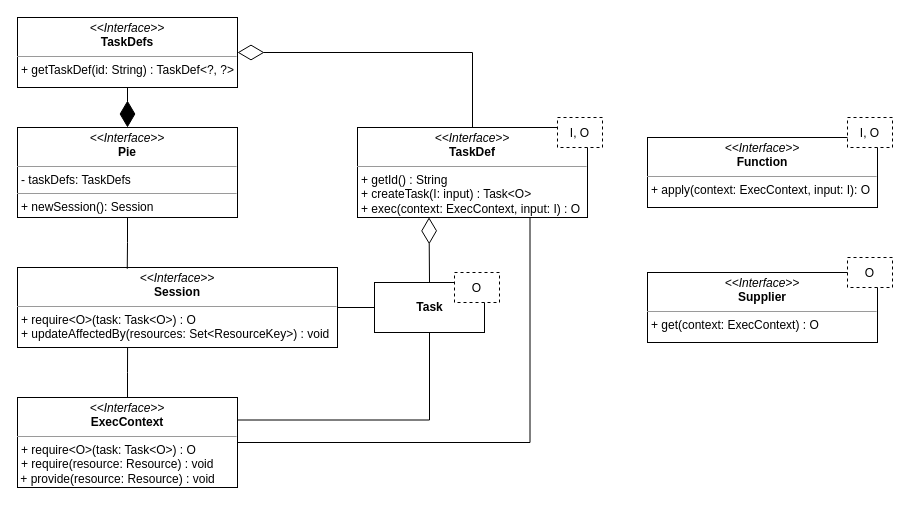
Earlier version of the draw.io diagram page "PIE-UML" (13 of 19) of Spoofax3 Diagrams.drawio (AZWN/Spoofax-pie-diagrams). Source tidied: cells renumbered, new cells numbered last; positions are measured from the earlier drawing's top-left corner, leaving out a move shared by most shapes. Both pictures are drawn from the tidied source at 100%, with x=0, y=0 at pixel (17, 17).
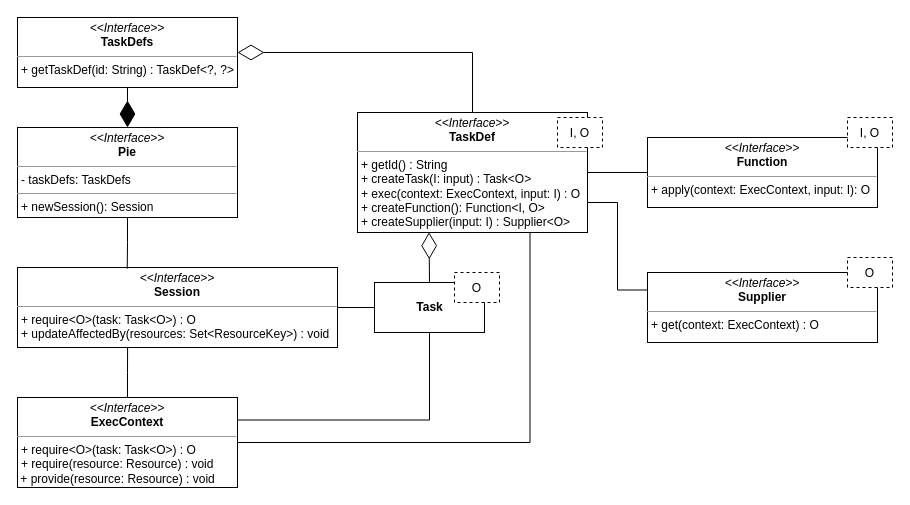
After the change.

Commit message:
Integrate Function and Supplier in PIE diagram

Unchanged cells that the change refers to:
```xml
<mxCell id="18" value="&lt;p style=&quot;margin: 0px ; margin-top: 4px ; text-align: center&quot;&gt;&lt;i&gt;&amp;lt;&amp;lt;Interface&amp;gt;&amp;gt;&lt;/i&gt;&lt;br&gt;&lt;b&gt;Supplier&lt;/b&gt;&lt;/p&gt;&lt;hr size=&quot;1&quot;&gt;&lt;p style=&quot;margin: 0px ; margin-left: 4px&quot;&gt;&lt;/p&gt;&lt;p style=&quot;margin: 0px ; margin-left: 4px&quot;&gt;+ get(context: ExecContext) : O&lt;br&gt;&lt;/p&gt;" style="verticalAlign=top;align=left;overflow=fill;fontSize=12;fontFamily=Helvetica;html=1;" parent="1" vertex="1">
  <mxGeometry x="630" y="255" width="230" height="70" as="geometry" />
</mxCell>
<mxCell id="20" value="&lt;p style=&quot;margin: 0px ; margin-top: 4px ; text-align: center&quot;&gt;&lt;i&gt;&amp;lt;&amp;lt;Interface&amp;gt;&amp;gt;&lt;/i&gt;&lt;br&gt;&lt;b&gt;Function&lt;/b&gt;&lt;br&gt;&lt;/p&gt;&lt;hr size=&quot;1&quot;&gt;&lt;p style=&quot;margin: 0px ; margin-left: 4px&quot;&gt;&lt;/p&gt;&lt;p style=&quot;margin: 0px ; margin-left: 4px&quot;&gt;+ apply(context: ExecContext, input: I): O&lt;br&gt;&lt;/p&gt;" style="verticalAlign=top;align=left;overflow=fill;fontSize=12;fontFamily=Helvetica;html=1;" parent="1" vertex="1">
  <mxGeometry x="630" y="120" width="230" height="70" as="geometry" />
</mxCell>
```

Change to the diagram source:
```diff
@@
+    <mxCell id="22" style="edgeStyle=orthogonalEdgeStyle;rounded=0;jettySize=auto;html=1;exitX=1;exitY=0.5;exitDx=0;exitDy=0;entryX=0;entryY=0.5;entryDx=0;entryDy=0;endArrow=none;endFill=0;" parent="1" edge="1" source="10" target="20">
+      <mxGeometry relative="1" as="geometry" />
+    </mxCell>
+    <mxCell id="23" style="edgeStyle=orthogonalEdgeStyle;rounded=0;jettySize=auto;html=1;exitX=1;exitY=0.75;exitDx=0;exitDy=0;entryX=0;entryY=0.25;entryDx=0;entryDy=0;endArrow=none;endFill=0;" parent="1" edge="1" source="10" target="18">
+      <mxGeometry relative="1" as="geometry" />
+    </mxCell>
-    <mxCell id="10" value="&lt;p style=&quot;margin: 0px ; margin-top: 4px ; text-align: center&quot;&gt;&lt;i&gt;&amp;lt;&amp;lt;Interface&amp;gt;&amp;gt;&lt;/i&gt;&lt;br&gt;&lt;b&gt;TaskDef&lt;/b&gt;&lt;/p&gt;&lt;hr size=&quot;1&quot;&gt;&lt;p style=&quot;margin: 0px ; margin-left: 4px&quot;&gt;&lt;/p&gt;&lt;p style=&quot;margin: 0px ; margin-left: 4px&quot;&gt;+ getId() : String&lt;br&gt;+ createTask(I: input) : Task&amp;lt;O&amp;gt;&lt;br&gt;+ exec(context: ExecContext, input: I) : O&lt;/p&gt;" style="verticalAlign=top;align=left;overflow=fill;fontSize=12;fontFamily=Helvetica;html=1;" parent="1" vertex="1">
-      <mxGeometry x="340" y="110" width="230" height="90" as="geometry" />
+    <mxCell id="10" value="&lt;p style=&quot;margin: 0px ; margin-top: 4px ; text-align: center&quot;&gt;&lt;i&gt;&amp;lt;&amp;lt;Interface&amp;gt;&amp;gt;&lt;/i&gt;&lt;br&gt;&lt;b&gt;TaskDef&lt;/b&gt;&lt;/p&gt;&lt;hr size=&quot;1&quot;&gt;&lt;p style=&quot;margin: 0px ; margin-left: 4px&quot;&gt;&lt;/p&gt;&lt;p style=&quot;margin: 0px ; margin-left: 4px&quot;&gt;+ getId() : String&lt;br&gt;+ createTask(I: input) : Task&amp;lt;O&amp;gt;&lt;br&gt;+ exec(context: ExecContext, input: I) : O&lt;br&gt;+ createFunction(): Function&amp;lt;I, O&amp;gt;&lt;br&gt;+ createSupplier(input: I) : Supplier&amp;lt;O&amp;gt;&lt;br&gt;&lt;/p&gt;" style="verticalAlign=top;align=left;overflow=fill;fontSize=12;fontFamily=Helvetica;html=1;" parent="1" vertex="1">
+      <mxGeometry x="340" y="95" width="230" height="120" as="geometry" />
     </mxCell>
```
